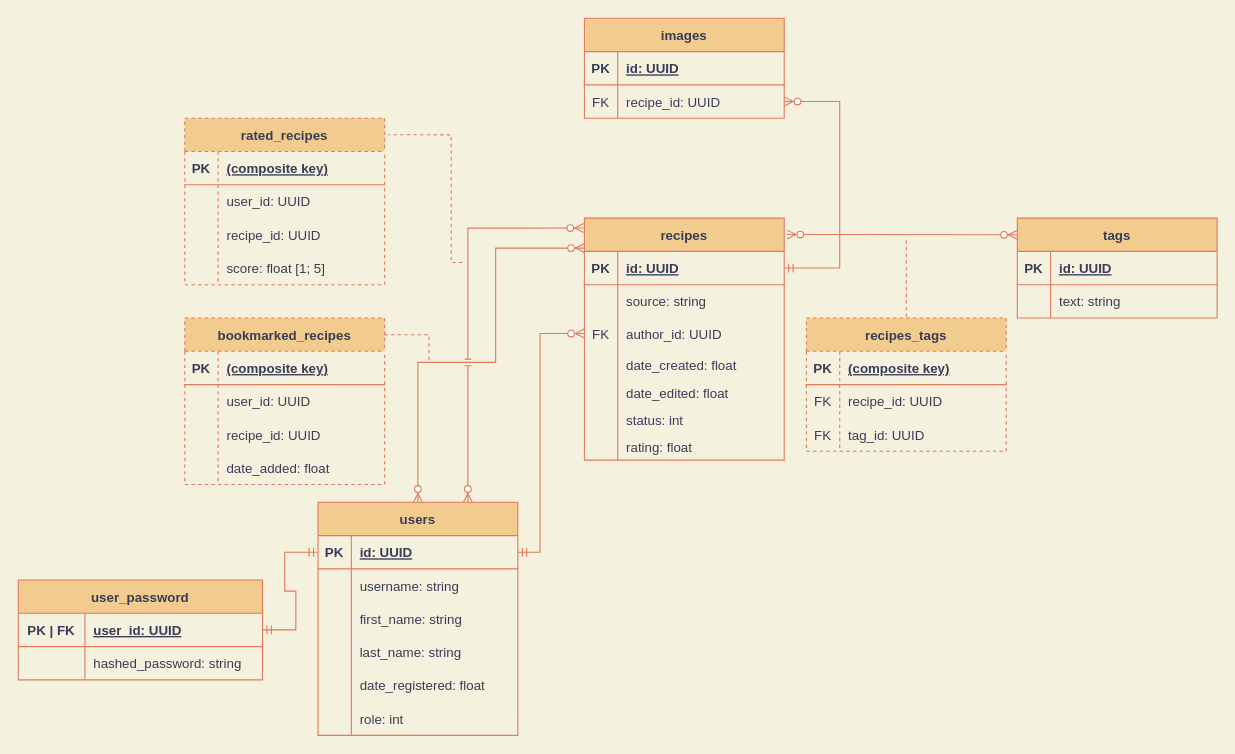
vinc3nzo/recipe-platform-wsgi keeps this draw.io diagram as RecipeDiagram.drawio. Above is the earlier version. Source tidied: cells renumbered, new cells numbered last; positions are measured from the earlier drawing's top-left corner, leaving out a move shared by most shapes. Both pictures are drawn from the tidied source at 111%, with x=0, y=0 at pixel (18, 18).
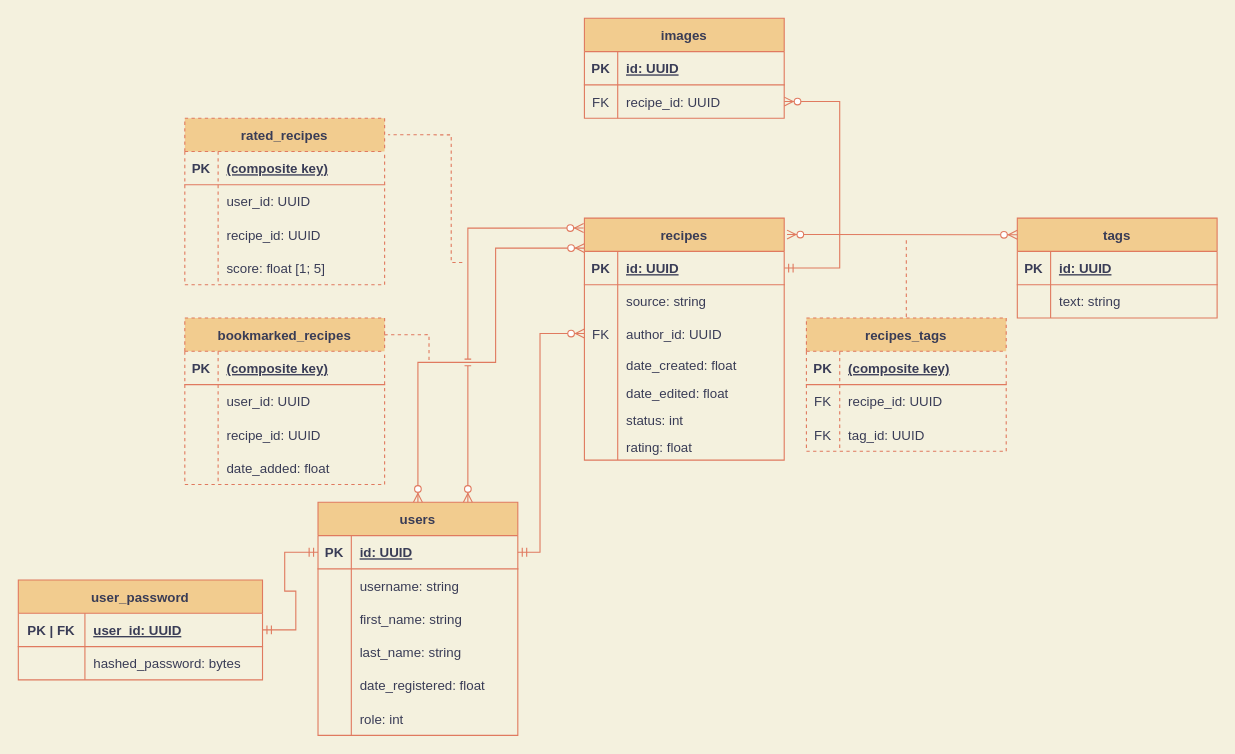
Above is the later version.

The change refers to these unchanged cells:
```xml
<mxCell id="97" style="shape=tableRow;horizontal=0;startSize=0;swimlaneHead=0;swimlaneBody=0;fillColor=none;top=0;left=0;right=0;bottom=0;strokeColor=#E07A5F;fontColor=#393C56;" parent="93" vertex="1">
  <mxGeometry y="60" width="220" height="30" as="geometry" />
</mxCell>
```

Diff of the diagram source:
```diff
@@
-    <mxCell id="99" value="hashed_password: string" style="shape=partialRectangle;fillColor=none;top=0;left=0;bottom=0;right=0;align=left;spacingLeft=6;overflow=hidden;strokeColor=#E07A5F;fontColor=#393C56;" parent="97" vertex="1">
+    <mxCell id="99" value="hashed_password: bytes" style="shape=partialRectangle;fillColor=none;top=0;left=0;bottom=0;right=0;align=left;spacingLeft=6;overflow=hidden;strokeColor=#E07A5F;fontColor=#393C56;" parent="97" vertex="1">
       <mxGeometry x="60" width="160" height="30" as="geometry" />
     </mxCell>
```
